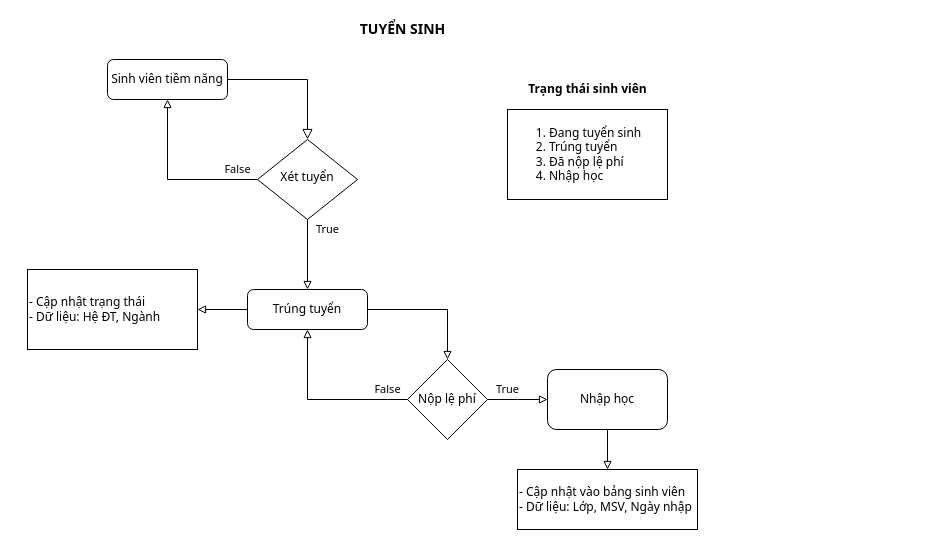
This is page "TUYỂN SINH" (1 of 2) of Untitled Diagram.drawio from thangnh-hub/flowchart, a draw.io file, before an edit. Source tidied: cells renumbered, new cells numbered last; positions are measured from the earlier drawing's top-left corner, leaving out a move shared by most shapes. Both pictures are drawn from the tidied source at 100%, with x=0, y=0 at pixel (27, 19).
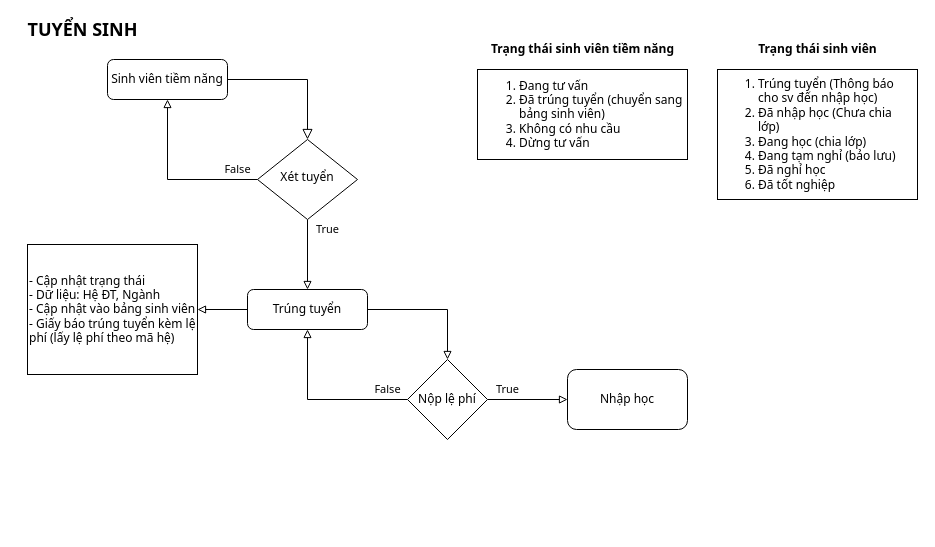
Above is the later version.

Unchanged cells that the change refers to:
```xml
<mxCell id="13" value="Nộp lệ phí" style="rhombus;whiteSpace=wrap;html=1;fontFamily=Tahoma;" parent="1" vertex="1">
  <mxGeometry x="380" y="340" width="80" height="80" as="geometry" />
</mxCell>
```

What changed in the source:
```diff
@@
-    <mxCell id="10" value="&lt;div align=&quot;left&quot;&gt;&lt;ol&gt;&lt;li&gt;&lt;font style=&quot;font-size: 12px&quot;&gt;Đang tuyển sinh&lt;/font&gt;&lt;/li&gt;&lt;li&gt;&lt;font style=&quot;font-size: 12px&quot;&gt;Trúng tuyển&lt;/font&gt;&lt;/li&gt;&lt;li&gt;&lt;font style=&quot;font-size: 12px&quot;&gt;Đã nộp lệ phí&lt;/font&gt;&lt;/li&gt;&lt;li&gt;&lt;font style=&quot;font-size: 12px&quot;&gt;Nhập học&lt;/font&gt;&lt;/li&gt;&lt;/ol&gt;&lt;/div&gt;" style="whiteSpace=wrap;html=1;align=left;fontFamily=Tahoma;" parent="1" vertex="1">
-      <mxGeometry x="480" y="90" width="160" height="90" as="geometry" />
+    <mxCell id="10" value="&lt;div align=&quot;left&quot;&gt;&lt;ol&gt;&lt;li&gt;&lt;font style=&quot;font-size: 12px&quot;&gt;Đang tư vấn&lt;/font&gt;&lt;/li&gt;&lt;li&gt;&lt;font style=&quot;font-size: 12px&quot;&gt;Đã trúng tuyển (chuyển sang bảng sinh viên)&lt;br&gt;&lt;/font&gt;&lt;/li&gt;&lt;li&gt;Không có nhu cầu&lt;br&gt;&lt;/li&gt;&lt;li&gt;&lt;font style=&quot;font-size: 12px&quot;&gt;Dừng tư vấn&lt;br&gt;&lt;/font&gt;&lt;/li&gt;&lt;/ol&gt;&lt;/div&gt;" style="whiteSpace=wrap;html=1;align=left;fontFamily=Tahoma;" parent="1" vertex="1">
+      <mxGeometry x="450" y="50" width="210" height="90" as="geometry" />
     </mxCell>
@@
-    <mxCell id="12" style="edgeStyle=orthogonalEdgeStyle;rounded=0;jettySize=auto;html=1;endArrow=block;endFill=0;fontFamily=Tahoma;" parent="1" edge="1" source="13">
-      <mxGeometry relative="1" as="geometry">
-        <mxPoint x="520" y="380" as="targetPoint" />
-      </mxGeometry>
+    <mxCell id="12" style="edgeStyle=orthogonalEdgeStyle;rounded=0;jettySize=auto;html=1;endArrow=block;endFill=0;fontFamily=Tahoma;entryX=0;entryY=0.5;entryDx=0;entryDy=0;" parent="1" edge="1" source="13" target="18">
+      <mxGeometry relative="1" as="geometry" />
     </mxCell>
@@
-    <mxCell id="17" style="edgeStyle=orthogonalEdgeStyle;rounded=0;jettySize=auto;html=1;endArrow=block;endFill=0;fontFamily=Tahoma;" parent="1" edge="1" source="18" target="20">
-      <mxGeometry relative="1" as="geometry" />
-    </mxCell>
     <mxCell id="18" value="&lt;div&gt;Nhập học&lt;/div&gt;" style="rounded=1;whiteSpace=wrap;html=1;fontFamily=Tahoma;" parent="1" vertex="1">
-      <mxGeometry x="520" y="350" width="120" height="60" as="geometry" />
+      <mxGeometry x="540" y="350" width="120" height="60" as="geometry" />
     </mxCell>
-    <mxCell id="19" value="&lt;div align=&quot;left&quot;&gt;- Cập nhật trạng thái&lt;/div&gt;&lt;div align=&quot;left&quot;&gt;- Dữ liệu: Hệ ĐT, Ngành&lt;br&gt;&lt;/div&gt;" style="rounded=0;whiteSpace=wrap;html=1;align=left;fontFamily=Tahoma;" parent="1" vertex="1">
-      <mxGeometry y="250" width="170" height="80" as="geometry" />
+    <mxCell id="19" value="&lt;div align=&quot;left&quot;&gt;- Cập nhật trạng thái&lt;br&gt;&lt;/div&gt;&lt;div align=&quot;left&quot;&gt;- Dữ liệu: Hệ ĐT, Ngành&lt;/div&gt;&lt;div align=&quot;left&quot;&gt;- Cập nhật vào bảng sinh viên&lt;/div&gt;&lt;div align=&quot;left&quot;&gt;- Giấy báo trúng tuyển kèm lệ phí (lấy lệ phí theo mã hệ)&lt;br&gt;&lt;/div&gt;" style="rounded=0;whiteSpace=wrap;html=1;align=left;fontFamily=Tahoma;" parent="1" vertex="1">
+      <mxGeometry y="225" width="170" height="130" as="geometry" />
     </mxCell>
-    <mxCell id="20" value="&lt;div align=&quot;left&quot;&gt;- Cập nhật vào bảng sinh viên&lt;/div&gt;&lt;div align=&quot;left&quot;&gt;- Dữ liệu: Lớp, MSV, Ngày nhập&lt;br&gt;&lt;/div&gt;" style="rounded=0;whiteSpace=wrap;html=1;align=left;fontFamily=Tahoma;" parent="1" vertex="1">
-      <mxGeometry x="490" y="450" width="180" height="60" as="geometry" />
-    </mxCell>
@@
-    <mxCell id="22" value="&lt;font&gt;&lt;b&gt;&lt;font style=&quot;font-size: 14px&quot;&gt;TUYỂN SINH&lt;br&gt;&lt;/font&gt;&lt;/b&gt;&lt;/font&gt;" style="text;html=1;align=center;verticalAlign=middle;strokeColor=none;fontFamily=Tahoma;" parent="1" vertex="1">
-      <mxGeometry x="320" width="110" height="20" as="geometry" />
+    <mxCell id="22" value="&lt;font style=&quot;font-size: 18px&quot;&gt;&lt;b&gt;&lt;font style=&quot;font-size: 18px&quot;&gt;TUYỂN SINH&lt;br&gt;&lt;/font&gt;&lt;/b&gt;&lt;/font&gt;" style="text;html=1;align=center;verticalAlign=middle;strokeColor=none;fontFamily=Tahoma;" parent="1" vertex="1">
+      <mxGeometry x="-10" width="130" height="20" as="geometry" />
     </mxCell>
-    <mxCell id="23" value="&lt;font style=&quot;font-size: 12px&quot;&gt;&lt;b&gt;Trạng thái sinh viên&lt;/b&gt;&lt;/font&gt;" style="text;html=1;align=center;verticalAlign=middle;strokeColor=none;fontFamily=Tahoma;" parent="1" vertex="1">
-      <mxGeometry x="490" y="60" width="140" height="20" as="geometry" />
+    <mxCell id="23" value="&lt;font style=&quot;font-size: 12px&quot;&gt;&lt;b&gt;Trạng thái sinh viên tiềm năng&lt;br&gt;&lt;/b&gt;&lt;/font&gt;" style="text;html=1;align=center;verticalAlign=middle;strokeColor=none;fontFamily=Tahoma;" parent="1" vertex="1">
+      <mxGeometry x="455" y="20" width="200" height="20" as="geometry" />
     </mxCell>
+    <mxCell id="24" value="&lt;b&gt;Trạng thái sinh viên&lt;br&gt;&lt;/b&gt;" style="text;html=1;align=center;verticalAlign=middle;strokeColor=none;fontFamily=Tahoma;" parent="1" vertex="1">
+      <mxGeometry x="720" y="20" width="140" height="20" as="geometry" />
+    </mxCell>
+    <mxCell id="25" value="&lt;div align=&quot;left&quot;&gt;&lt;ol&gt;&lt;li&gt;Trúng tuyển (Thông báo cho sv đến nhập học)&lt;br&gt;&lt;/li&gt;&lt;li&gt;Đã nhập học (Chưa chia lớp)&lt;/li&gt;&lt;li&gt;Đang học (chia lớp)&lt;/li&gt;&lt;li&gt;Đang tạm nghỉ (bảo lưu)&lt;br&gt;&lt;/li&gt;&lt;li&gt;Đã nghỉ học&lt;/li&gt;&lt;li&gt;Đã tốt nghiệp&lt;br&gt;&lt;/li&gt;&lt;/ol&gt;&lt;/div&gt;" style="rounded=0;whiteSpace=wrap;html=1;fontFamily=Tahoma;" parent="1" vertex="1">
+      <mxGeometry x="690" y="50" width="200" height="130" as="geometry" />
+    </mxCell>
```
